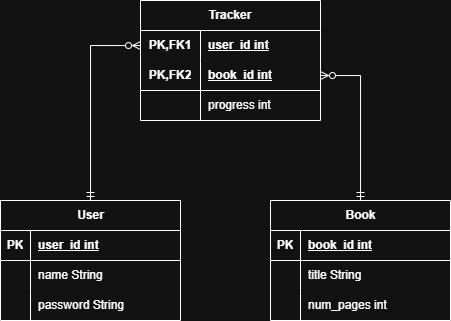
Earlier version of the draw.io export er_diagram.png (ilathem/cognixia-capstone-mvp). Source tidied: cells renumbered, new cells last; positions are measured from the earlier drawing's top-left corner, leaving out a move shared by most shapes.
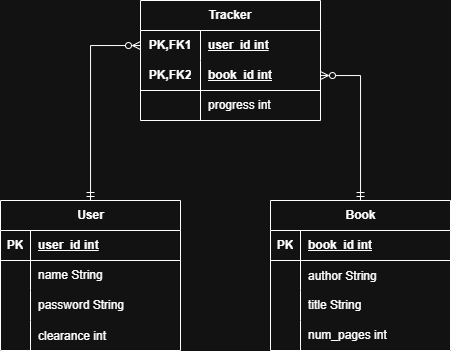
The same diagram one commit later.

What changed in the source:
```diff
@@ -6,7 +6,7 @@
       <mxGeometry relative="1" as="geometry" />
     </mxCell>
     <mxCell id="3" value="User" style="shape=table;startSize=30;rowLines=0;fontStyle=1;align=center;html=1;" parent="1" vertex="1">
-      <mxGeometry y="200" width="180" height="120" as="geometry" />
+      <mxGeometry y="200" width="180" height="150" as="geometry" />
     </mxCell>
     <mxCell id="4" style="shape=tableRow;horizontal=0;startSize=0;swimlaneHead=0;swimlaneBody=0;fillColor=none;top=0;left=0;right=0;bottom=1;" parent="3" vertex="1">
       <mxGeometry y="30" width="180" height="30" as="geometry" />
@@ -35,11 +35,20 @@
     <mxCell id="12" value="password String" style="shape=partialRectangle;fillColor=none;top=0;left=0;bottom=0;right=0;align=left;spacingLeft=6;overflow=hidden;whiteSpace=wrap;html=1;" parent="10" vertex="1">
       <mxGeometry x="30" width="150" height="30" as="geometry" />
     </mxCell>
+    <mxCell id="34" style="shape=tableRow;horizontal=0;startSize=0;swimlaneHead=0;swimlaneBody=0;fillColor=none;top=0;left=0;right=0;bottom=0;" parent="3" vertex="1">
+      <mxGeometry y="120" width="180" height="30" as="geometry" />
+    </mxCell>
+    <mxCell id="35" style="shape=partialRectangle;fillColor=none;top=0;left=0;bottom=0;right=0;overflow=hidden;" parent="34" vertex="1">
+      <mxGeometry width="30" height="30" as="geometry" />
+    </mxCell>
+    <mxCell id="36" value="clearance int" style="shape=partialRectangle;fillColor=none;top=0;left=0;bottom=0;right=0;align=left;spacingLeft=6;overflow=hidden;" parent="34" vertex="1">
+      <mxGeometry x="30" width="150" height="30" as="geometry" />
+    </mxCell>
     <mxCell id="13" style="edgeStyle=orthogonalEdgeStyle;rounded=0;jettySize=auto;html=1;endArrow=ERzeroToMany;endFill=0;startArrow=ERmandOne;startFill=0;" parent="1" edge="1" source="14" target="28">
       <mxGeometry relative="1" as="geometry" />
     </mxCell>
     <mxCell id="14" value="Book" style="shape=table;startSize=30;rowLines=0;fontStyle=1;align=center;html=1;" parent="1" vertex="1">
-      <mxGeometry x="270" y="200" width="180" height="120" as="geometry" />
+      <mxGeometry x="270" y="200" width="180" height="150" as="geometry" />
     </mxCell>
     <mxCell id="15" style="shape=tableRow;horizontal=0;startSize=0;swimlaneHead=0;swimlaneBody=0;fillColor=none;top=0;left=0;right=0;bottom=1;" parent="14" vertex="1">
       <mxGeometry y="30" width="180" height="30" as="geometry" />
@@ -50,8 +59,17 @@
     <mxCell id="17" value="book_id int" style="shape=partialRectangle;fillColor=none;top=0;left=0;bottom=0;right=0;align=left;spacingLeft=6;fontStyle=5;overflow=hidden;whiteSpace=wrap;html=1;" parent="15" vertex="1">
       <mxGeometry x="30" width="150" height="30" as="geometry" />
     </mxCell>
+    <mxCell id="37" style="shape=tableRow;horizontal=0;startSize=0;swimlaneHead=0;swimlaneBody=0;fillColor=none;top=0;left=0;right=0;bottom=0;" parent="14" vertex="1">
+      <mxGeometry y="60" width="180" height="30" as="geometry" />
+    </mxCell>
+    <mxCell id="38" style="shape=partialRectangle;fillColor=none;top=0;left=0;bottom=0;right=0;overflow=hidden;" parent="37" vertex="1">
+      <mxGeometry width="30" height="30" as="geometry" />
+    </mxCell>
+    <mxCell id="39" value="author String" style="shape=partialRectangle;fillColor=none;top=0;left=0;bottom=0;right=0;align=left;spacingLeft=6;overflow=hidden;" parent="37" vertex="1">
+      <mxGeometry x="30" width="150" height="30" as="geometry" />
+    </mxCell>
     <mxCell id="18" style="shape=tableRow;horizontal=0;startSize=0;swimlaneHead=0;swimlaneBody=0;fillColor=none;top=0;left=0;right=0;bottom=0;" parent="14" vertex="1">
-      <mxGeometry y="60" width="180" height="30" as="geometry" />
+      <mxGeometry y="90" width="180" height="30" as="geometry" />
     </mxCell>
     <mxCell id="19" style="shape=partialRectangle;fillColor=none;top=0;left=0;bottom=0;right=0;overflow=hidden;whiteSpace=wrap;html=1;" parent="18" vertex="1">
       <mxGeometry width="30" height="30" as="geometry" />
@@ -60,7 +78,7 @@
       <mxGeometry x="30" width="150" height="30" as="geometry" />
     </mxCell>
     <mxCell id="21" style="shape=tableRow;horizontal=0;startSize=0;swimlaneHead=0;swimlaneBody=0;fillColor=none;top=0;left=0;right=0;bottom=0;" parent="14" vertex="1">
-      <mxGeometry y="90" width="180" height="30" as="geometry" />
+      <mxGeometry y="120" width="180" height="30" as="geometry" />
     </mxCell>
     <mxCell id="22" style="shape=partialRectangle;fillColor=none;top=0;left=0;bottom=0;right=0;overflow=hidden;whiteSpace=wrap;html=1;" parent="21" vertex="1">
       <mxGeometry width="30" height="30" as="geometry" />
```
